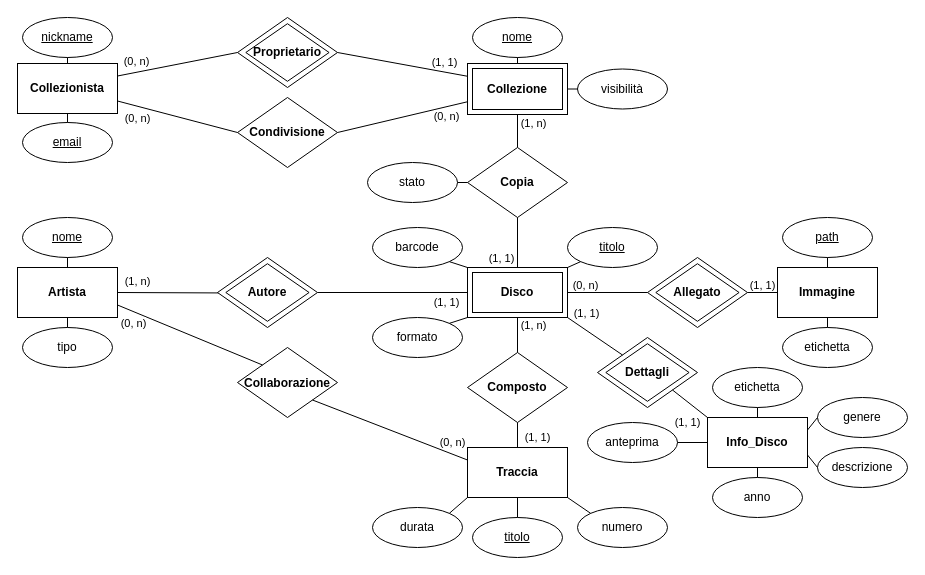
darthmassari/collectors-mysql-project keeps this draw.io diagram as design/Collectors_ER_Ristrutturato.drawio. Above is the earlier version. Source tidied: cells renumbered, new cells numbered last; positions are measured from the earlier drawing's top-left corner, leaving out a move shared by most shapes. Both pictures are drawn from the tidied source at 100%, with x=0, y=0 at pixel (17, 17).
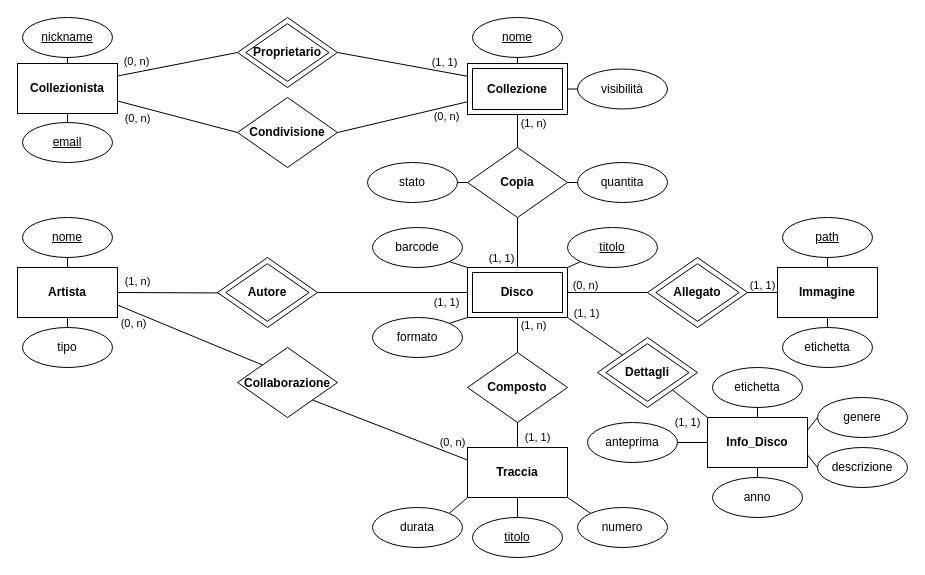
The same diagram, later.

Unchanged cells that the change refers to:
```xml
<mxCell id="30" style="shape=rhombus;html=1;dashed=0;whiteSpace=wrap;perimeter=rhombusPerimeter;" parent="29" vertex="1">
  <mxGeometry width="100" height="70" as="geometry" />
</mxCell>
```

Diff of the diagram source:
```diff
@@
+    <mxCell id="117" value="quantita" style="ellipse;whiteSpace=wrap;html=1;align=center;" parent="1" vertex="1">
+      <mxGeometry x="560" y="145" width="90" height="40" as="geometry" />
+    </mxCell>
+    <mxCell id="118" style="endArrow=none;html=1;rounded=0;entryX=1;entryY=0.5;entryDx=0;entryDy=0;exitX=0;exitY=0.5;exitDx=0;exitDy=0;" parent="1" edge="1" source="117" target="30">
+      <mxGeometry relative="1" as="geometry" />
+    </mxCell>
```
